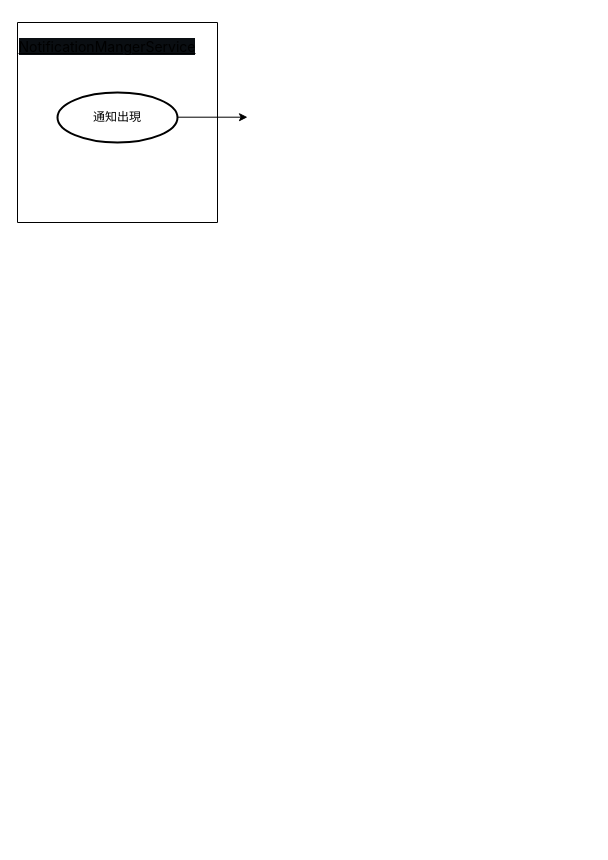
Above: Untitled Diagram.drawio in ggjj321/android110-2 (draw.io), before the change. Source tidied: cells renumbered, new cells numbered last; positions are measured from the earlier drawing's top-left corner, leaving out a move shared by most shapes. Both pictures are drawn from the tidied source at 100%, with x=0, y=0 at pixel (17, 22).
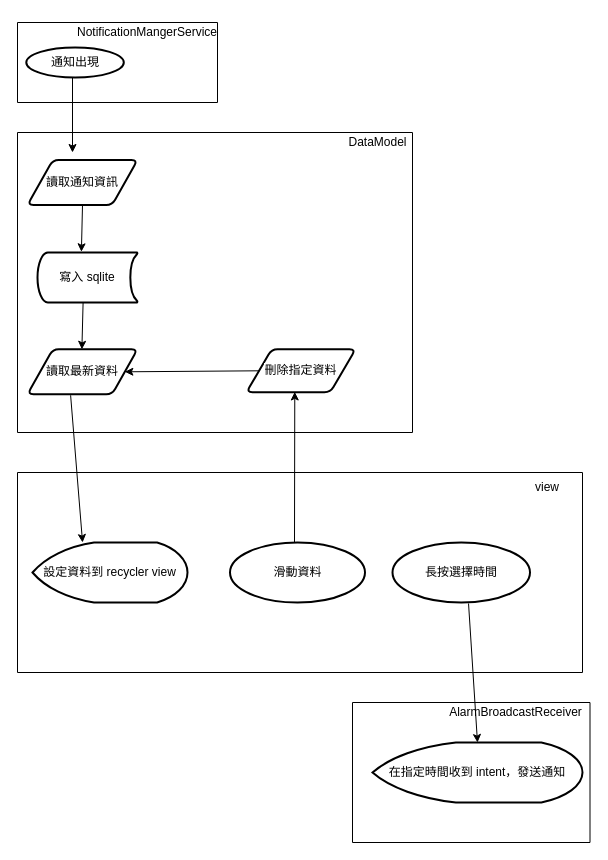
After the change.

Commit message:
complete flow chart

Diff of the diagram source:
```diff
@@
-    <mxCell id="2" value="通知出現" style="strokeWidth=2;html=1;shape=mxgraph.flowchart.start_1;whiteSpace=wrap;" parent="1" vertex="1">
-      <mxGeometry x="40" y="70" width="120" height="50" as="geometry" />
-    </mxCell>
     <mxCell id="3" style="endArrow=classic;html=1;rounded=0;" parent="1" edge="1">
       <mxGeometry relative="1" as="geometry">
-        <mxPoint x="160" y="94.7" as="sourcePoint" />
-        <mxPoint x="230" y="94.7" as="targetPoint" />
+        <mxPoint x="55" y="50" as="sourcePoint" />
+        <mxPoint x="55" y="130" as="targetPoint" />
       </mxGeometry>
     </mxCell>
-    <mxCell id="4" style="swimlane;startSize=0;" parent="1" vertex="1">
-      <mxGeometry width="200" height="200" as="geometry" />
+    <mxCell id="4" style="swimlane;startSize=0;strokeColor=#000000;" parent="1" vertex="1">
+      <mxGeometry width="200" height="80" as="geometry" />
     </mxCell>
+    <mxCell id="2" value="通知出現" style="strokeWidth=2;html=1;shape=mxgraph.flowchart.start_1;whiteSpace=wrap;" parent="4" vertex="1">
+      <mxGeometry x="8.8" y="25" width="97.5" height="30" as="geometry" />
+    </mxCell>
-    <mxCell id="5" value="&lt;a style=&quot;box-sizing: border-box; background-color: rgb(10, 14, 18); transition: color 80ms cubic-bezier(0.33, 1, 0.68, 1) 0s, background-color 0s ease 0s, box-shadow 0s ease 0s, border-color 0s ease 0s; outline: none; outline-offset: -2px; box-shadow: none; font-family: -apple-system, BlinkMacSystemFont, &amp;quot;Segoe UI&amp;quot;, Helvetica, Arial, sans-serif, &amp;quot;Apple Color Emoji&amp;quot;, &amp;quot;Segoe UI Emoji&amp;quot;; font-size: 14px; text-align: start; color: var(--darkreader-text--color-accent-fg)  !important; --darkreader-inline-bgcolor:#080b0e; --darkreader-inline-outline: initial; --darkreader-inline-boxshadow:none; --darkreader-inline-color:var(--darkreader-text--darkreader-text--color-accent-fg);&quot; href=&quot;https://github.com/evan901010/NTUT_Android-Development_110-2/blob/main/app/src/main/java/com/example/afinal/service/NotificationMangerService.java&quot; title=&quot;NotificationMangerService.java&quot; class=&quot;js-navigation-open Link--primary&quot;&gt;NotificationMangerService&lt;/a&gt;" style="text;html=1;strokeColor=none;fillColor=none;align=center;verticalAlign=middle;whiteSpace=wrap;rounded=0;" parent="4" vertex="1">
-      <mxGeometry x="60" y="10" width="60" height="30" as="geometry" />
+    <mxCell id="5" value="&lt;font style=&quot;font-size: 12px;&quot;&gt;NotificationMangerService&lt;/font&gt;" style="text;html=1;strokeColor=none;fillColor=none;align=center;verticalAlign=middle;whiteSpace=wrap;rounded=0;" parent="4" vertex="1">
+      <mxGeometry x="100" y="-5" width="60" height="30" as="geometry" />
     </mxCell>
+    <mxCell id="6" style="swimlane;startSize=0;fontSize=12;strokeColor=#000000;" parent="1" vertex="1">
+      <mxGeometry y="110" width="395" height="300" as="geometry" />
+    </mxCell>
+    <mxCell id="7" value="讀取通知資訊" style="shape=parallelogram;html=1;strokeWidth=2;perimeter=parallelogramPerimeter;whiteSpace=wrap;rounded=1;arcSize=12;size=0.23;labelBackgroundColor=#FFFFFF;fontSize=12;fontColor=#000000;" parent="6" vertex="1">
+      <mxGeometry x="10" y="27.5" width="110" height="45" as="geometry" />
+    </mxCell>
+    <mxCell id="8" style="endArrow=classic;html=1;rounded=0;fontSize=12;fontColor=#000000;entryX=0.431;entryY=-0.011;entryDx=0;entryDy=0;entryPerimeter=0;exitX=0.5;exitY=1;exitDx=0;exitDy=0;" parent="6" edge="1" source="7">
+      <mxGeometry relative="1" as="geometry">
+        <mxPoint x="63.9" y="119.3" as="targetPoint" />
+      </mxGeometry>
+    </mxCell>
+    <mxCell id="9" value="讀取最新資料" style="shape=parallelogram;html=1;strokeWidth=2;perimeter=parallelogramPerimeter;whiteSpace=wrap;rounded=1;arcSize=12;size=0.23;labelBackgroundColor=#FFFFFF;fontSize=12;fontColor=#000000;" parent="6" vertex="1">
+      <mxGeometry x="10" y="216.8" width="110" height="45" as="geometry" />
+    </mxCell>
+    <mxCell id="10" style="endArrow=classic;html=1;rounded=0;fontSize=12;fontColor=#000000;entryX=0.431;entryY=-0.011;entryDx=0;entryDy=0;entryPerimeter=0;exitX=0.5;exitY=1;exitDx=0;exitDy=0;" parent="6" edge="1">
+      <mxGeometry relative="1" as="geometry">
+        <mxPoint x="65.6" y="170" as="sourcePoint" />
+        <mxPoint x="64.4" y="216.8" as="targetPoint" />
+      </mxGeometry>
+    </mxCell>
+    <mxCell id="11" value="DataModel" style="text;html=1;align=center;verticalAlign=middle;strokeColor=none;fillColor=none;fontSize=12;fontColor=#000000;" parent="6" vertex="1">
+      <mxGeometry x="325" width="70" height="20" as="geometry" />
+    </mxCell>
+    <mxCell id="12" value="寫入 sqlite" style="strokeWidth=2;html=1;shape=mxgraph.flowchart.stored_data;whiteSpace=wrap;labelBackgroundColor=#FFFFFF;fontSize=12;fontColor=#000000;" parent="6" vertex="1">
+      <mxGeometry x="20" y="120" width="100" height="50" as="geometry" />
+    </mxCell>
+    <mxCell id="13" value="刪除指定資料" style="shape=parallelogram;html=1;strokeWidth=2;perimeter=parallelogramPerimeter;whiteSpace=wrap;rounded=1;arcSize=12;size=0.23;labelBackgroundColor=#FFFFFF;fontSize=12;fontColor=#000000;" parent="6" vertex="1">
+      <mxGeometry x="229" y="216.8" width="109" height="43" as="geometry" />
+    </mxCell>
+    <mxCell id="14" style="endArrow=classic;html=1;rounded=0;fontSize=12;fontColor=#000000;entryX=1;entryY=0.5;entryDx=0;entryDy=0;exitX=0;exitY=0.5;exitDx=0;exitDy=0;" parent="6" edge="1" source="13" target="9">
+      <mxGeometry relative="1" as="geometry" />
+    </mxCell>
+    <mxCell id="15" style="swimlane;startSize=0;labelBackgroundColor=#FFFFFF;fontSize=12;fontColor=#000000;strokeColor=#000000;" parent="1" vertex="1">
+      <mxGeometry y="450" width="565" height="200" as="geometry" />
+    </mxCell>
+    <mxCell id="16" value="view" style="text;html=1;strokeColor=none;fillColor=none;align=center;verticalAlign=middle;whiteSpace=wrap;rounded=0;labelBackgroundColor=#FFFFFF;fontSize=12;fontColor=#000000;" parent="15" vertex="1">
+      <mxGeometry x="500" width="60" height="30" as="geometry" />
+    </mxCell>
+    <mxCell id="17" value="設定資料到 recycler view" style="strokeWidth=2;html=1;shape=mxgraph.flowchart.display;whiteSpace=wrap;labelBackgroundColor=#FFFFFF;fontSize=12;fontColor=#000000;" parent="15" vertex="1">
+      <mxGeometry x="15" y="70" width="155" height="60" as="geometry" />
+    </mxCell>
+    <mxCell id="18" value="滑動資料" style="strokeWidth=2;html=1;shape=mxgraph.flowchart.start_1;whiteSpace=wrap;labelBackgroundColor=#FFFFFF;fontSize=12;fontColor=#000000;" parent="15" vertex="1">
+      <mxGeometry x="212.5" y="70" width="135" height="60" as="geometry" />
+    </mxCell>
+    <mxCell id="19" value="長按選擇時間" style="strokeWidth=2;html=1;shape=mxgraph.flowchart.start_1;whiteSpace=wrap;labelBackgroundColor=#FFFFFF;fontSize=12;fontColor=#000000;" parent="15" vertex="1">
+      <mxGeometry x="375" y="70" width="137.5" height="60" as="geometry" />
+    </mxCell>
+    <mxCell id="20" style="endArrow=classic;html=1;rounded=0;fontSize=12;fontColor=#000000;exitX=0.392;exitY=1.022;exitDx=0;exitDy=0;exitPerimeter=0;entryX=0.323;entryY=0;entryDx=0;entryDy=0;entryPerimeter=0;" parent="1" edge="1" source="9" target="17">
+      <mxGeometry relative="1" as="geometry" />
+    </mxCell>
+    <mxCell id="21" style="endArrow=classic;html=1;rounded=0;fontSize=12;fontColor=#000000;entryX=0.443;entryY=0.992;entryDx=0;entryDy=0;entryPerimeter=0;" parent="1" edge="1" target="13">
+      <mxGeometry relative="1" as="geometry">
+        <mxPoint x="277" y="520" as="sourcePoint" />
+      </mxGeometry>
+    </mxCell>
+    <mxCell id="22" style="swimlane;startSize=0;labelBackgroundColor=#FFFFFF;fontSize=12;fontColor=#000000;strokeColor=#000000;" parent="1" vertex="1">
+      <mxGeometry x="335" y="680" width="237.5" height="140" as="geometry" />
+    </mxCell>
+    <mxCell id="23" value="AlarmBroadcastReceiver" style="text;html=1;align=center;verticalAlign=middle;strokeColor=none;fillColor=none;fontSize=12;fontColor=#000000;" parent="22" vertex="1">
+      <mxGeometry x="87.5" width="150" height="20" as="geometry" />
+    </mxCell>
+    <mxCell id="24" value="在指定時間收到 intent，發送通知" style="strokeWidth=2;html=1;shape=mxgraph.flowchart.display;whiteSpace=wrap;labelBackgroundColor=#FFFFFF;fontSize=12;fontColor=#000000;" parent="22" vertex="1">
+      <mxGeometry x="20" y="40" width="210" height="60" as="geometry" />
+    </mxCell>
+    <mxCell id="25" style="endArrow=classic;html=1;rounded=0;fontSize=12;fontColor=#000000;exitX=0.553;exitY=1.017;exitDx=0;exitDy=0;exitPerimeter=0;entryX=0.5;entryY=0;entryDx=0;entryDy=0;entryPerimeter=0;" parent="1" edge="1" source="19" target="24">
+      <mxGeometry relative="1" as="geometry" />
+    </mxCell>
```
